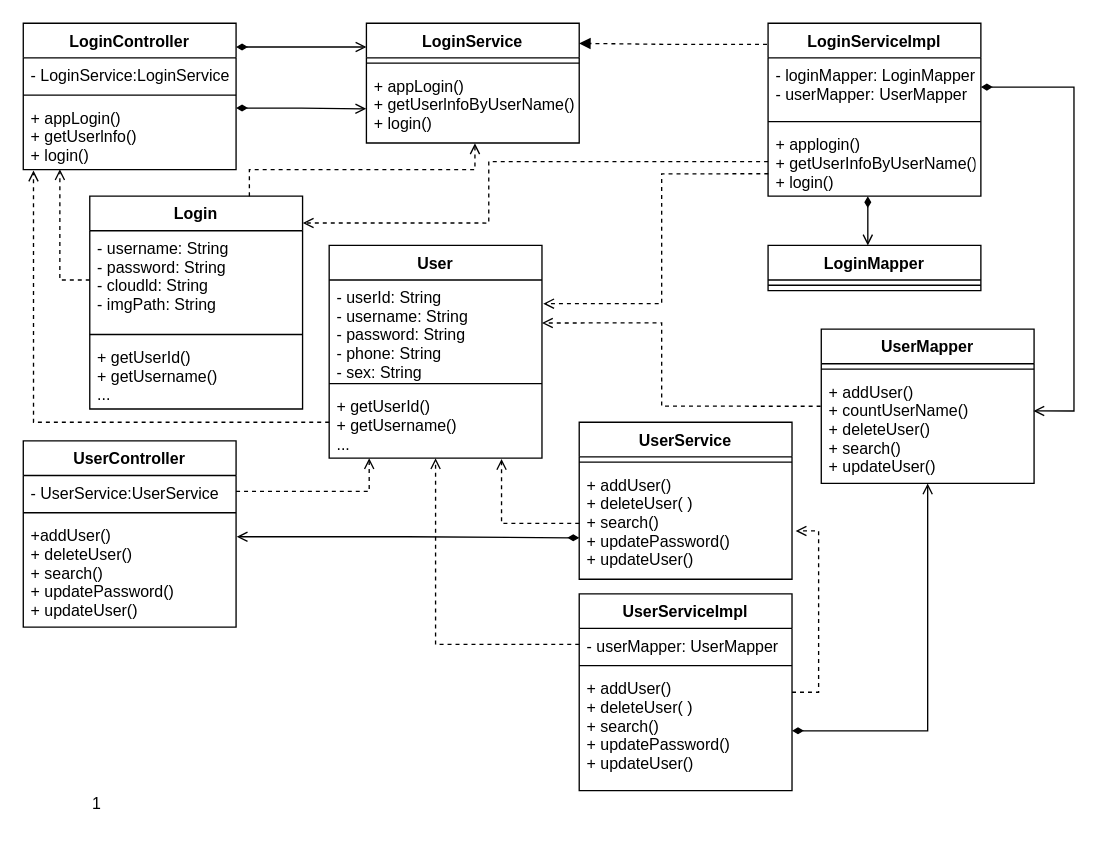
Earlier version of the draw.io diagram page "Page-19" (13 of 24) of Untitled Diagram.drawio (hongkingking/hkk). Source tidied: cells renumbered, new cells numbered last; positions are measured from the earlier drawing's top-left corner, leaving out a move shared by most shapes. Both pictures are drawn from the tidied source at 133%, with x=0, y=0 at pixel (23, 23).
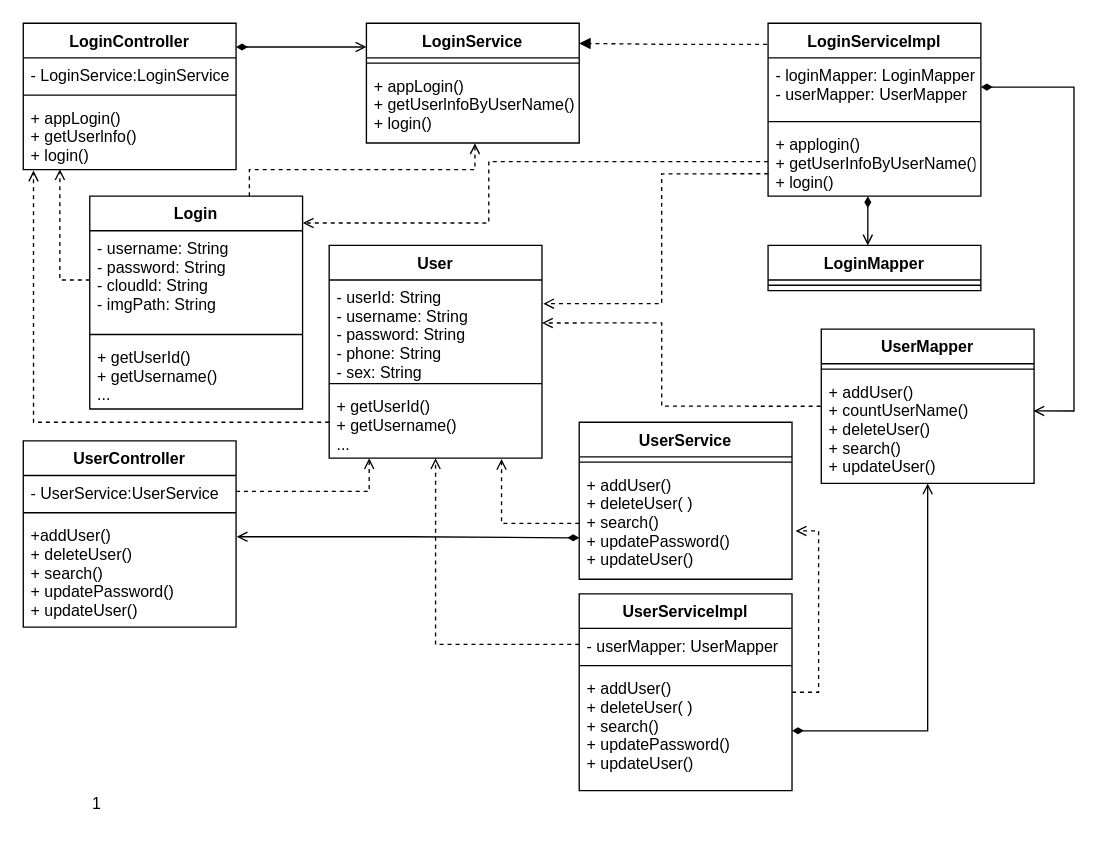
The same page after the edit.

Unchanged cells that the change refers to:
```xml
<mxCell id="18" value="+ appLogin()&#10;+ getUserlnfo()&#10;+ login()&#10;" style="text;strokeColor=none;fillColor=none;align=left;verticalAlign=top;spacingLeft=4;spacingRight=4;overflow=hidden;points=[[0,0.5],[1,0.5]];portConstraint=eastwest;" parent="15" vertex="1">
  <mxGeometry y="58" width="160" height="52" as="geometry" />
</mxCell>
<mxCell id="22" value="+ appLogin()&#10;+ getUserlnfoByUserName()&#10;+ login()&#10;" style="text;strokeColor=none;fillColor=none;align=left;verticalAlign=top;spacingLeft=4;spacingRight=4;overflow=hidden;points=[[0,0.5],[1,0.5]];portConstraint=eastwest;" parent="20" vertex="1">
  <mxGeometry y="34" width="160" height="56" as="geometry" />
</mxCell>
```

Diff of the diagram source:
```diff
@@
-    <mxCell id="42" style="edgeStyle=orthogonalEdgeStyle;rounded=0;jettySize=auto;html=1;exitX=1;exitY=0.111;exitDx=0;exitDy=0;entryX=-0.001;entryY=0.542;entryDx=0;entryDy=0;startArrow=diamondThin;startFill=1;endArrow=open;endFill=0;entryPerimeter=0;exitPerimeter=0;" parent="1" edge="1" source="18" target="22">
-      <mxGeometry relative="1" as="geometry" />
-    </mxCell>
```
